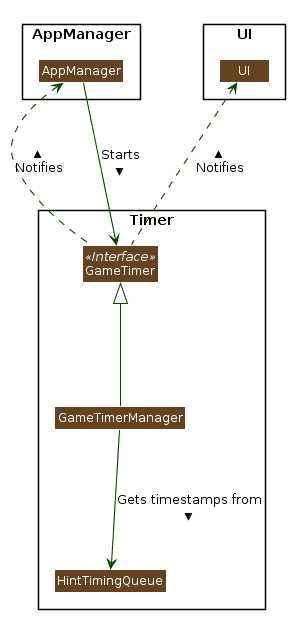
The PlantUML diagram docs/images/TimerClassDiagram.png in nus-cs2103-AY1920S1/addressbook-level3, before a commit. Its diagram source:
```plantuml
@startuml





skinparam BackgroundColor #FFFFFFF

skinparam Shadowing false

skinparam Class {
    FontColor #FFFFFF
    BorderThickness 1
    BorderColor #FFFFFF
    StereotypeFontColor #FFFFFF
    FontName Arial
}

skinparam Actor {
    BorderColor #000000
    Color #000000
    FontName Arial
}

skinparam Sequence {
    MessageAlign center
    BoxFontSize 15
    BoxPadding 0
    BoxFontColor #FFFFFF
    FontName Arial
}

skinparam Participant {
    FontColor #FFFFFFF
    Padding 20
}

skinparam MinClassWidth 50
skinparam ParticipantPadding 10
skinparam Shadowing false
skinparam DefaultTextAlignment center
skinparam packageStyle Rectangle

hide footbox
hide members
hide circle


skinparam arrowThickness 1.1
skinparam arrowColor #0E4100
skinparam classBackgroundColor #654321

package Timer <<Rectangle>>{
Class GameTimer <<Interface>> {

}

Class GameTimerManager {
}

Class HintTimingQueue {

}

}

package AppManager <<Rectangle>> {

Class AppManager{

}

}

package UI <<Rectangle>> {

Class UI {

}

}


GameTimerManager --down-> HintTimingQueue : Gets timestamps from >
GameTimerManager --up-|> GameTimer
GameTimer .up..> AppManager : Notifies >
AppManager -down--> GameTimer : Starts >
GameTimer .up..> UI : Notifies >
@enduml
```
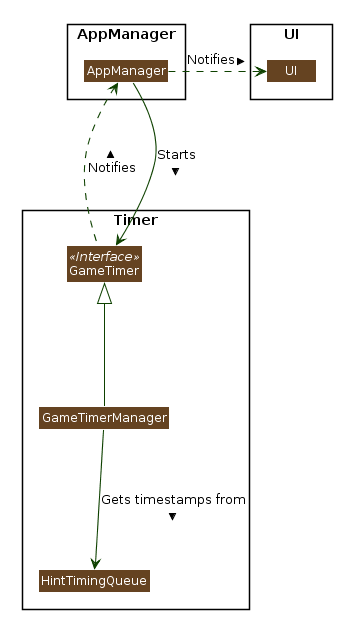
After the commit.

Commit message:
Refactored AppManager and GameTimer components

The edit, as a diff of the source:
```diff
@@ -1,4 +1,8 @@
 @startuml
+
+
+
+
 
 
 
@@ -46,6 +50,7 @@
 hide circle
 
 
+
 skinparam arrowThickness 1.1
 skinparam arrowColor #0E4100
 skinparam classBackgroundColor #654321
@@ -85,5 +90,5 @@
 GameTimerManager --up-|> GameTimer
 GameTimer .up..> AppManager : Notifies >
 AppManager -down--> GameTimer : Starts >
-GameTimer .up..> UI : Notifies >
+AppManager .right..> UI : Notifies >
 @enduml
```
